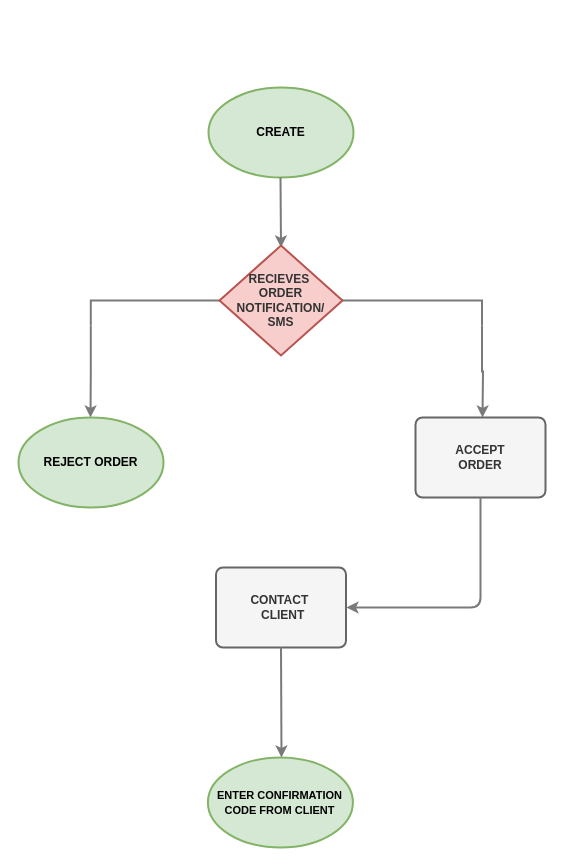
The draw.io diagram page "LOGISTICS" (2 of 2) of Untitled Diagram.drawio in bamfokbq/error404, before the edit. Source tidied: cells renumbered, new cells numbered last; positions are measured from the earlier drawing's top-left corner, leaving out a move shared by most shapes. Both pictures are drawn from the tidied source at 100%, with x=0, y=0 at pixel (18, 87).
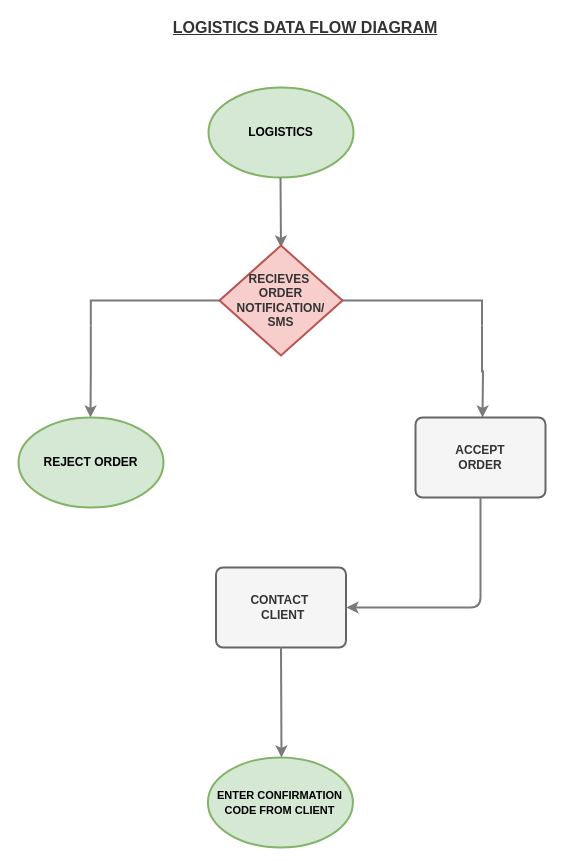
The same page after the edit.

Commit message (it also covers changes not shown here):
Changed the names of the data flow

Change to the diagram source:
```diff
@@
 <mxGraphModel>
   <root>
     <mxCell id="0" />
     <mxCell id="1" parent="0" />
-    <mxCell id="2" value="&lt;b&gt;CREATE&lt;/b&gt;" style="strokeWidth=2;html=1;shape=mxgraph.flowchart.start_1;whiteSpace=wrap;strokeColor=#82b366;fillColor=#d5e8d4;" parent="1" vertex="1">
+    <mxCell id="2" value="&lt;b&gt;LOGISTICS&lt;/b&gt;" style="strokeWidth=2;html=1;shape=mxgraph.flowchart.start_1;whiteSpace=wrap;strokeColor=#82b366;fillColor=#d5e8d4;" parent="1" vertex="1">
       <mxGeometry x="190" width="145" height="90" as="geometry" />
     </mxCell>
     <mxCell id="3" style="endArrow=classic;html=1;exitX=0.5;exitY=1;exitDx=0;exitDy=0;strokeWidth=2;strokeColor=#7A7A7A;" parent="1" edge="1">
       <mxGeometry relative="1" as="geometry">
         <mxPoint x="262" y="90" as="sourcePoint" />
         <mxPoint x="262.5" y="160" as="targetPoint" />
       </mxGeometry>
     </mxCell>
     <mxCell id="4" style="edgeStyle=orthogonalEdgeStyle;rounded=0;jettySize=auto;html=1;exitX=1;exitY=1;exitDx=0;exitDy=0;exitPerimeter=0;strokeColor=#7A7A7A;strokeWidth=2;" parent="1" edge="1" source="6">
       <mxGeometry relative="1" as="geometry">
         <mxPoint x="72" y="330" as="targetPoint" />
       </mxGeometry>
     </mxCell>
     <mxCell id="5" style="edgeStyle=orthogonalEdgeStyle;rounded=0;jettySize=auto;html=1;exitX=1;exitY=0;exitDx=0;exitDy=0;exitPerimeter=0;strokeColor=#7A7A7A;strokeWidth=2;" parent="1" edge="1" source="6">
       <mxGeometry relative="1" as="geometry">
         <mxPoint x="464" y="330" as="targetPoint" />
       </mxGeometry>
     </mxCell>
     <mxCell id="6" style="strokeWidth=2;html=1;shape=mxgraph.flowchart.annotation_2;align=left;labelPosition=right;rotation=90;strokeColor=#7A7A7A;" parent="1" vertex="1">
       <mxGeometry x="242.9" y="17.4" width="50" height="391.2" as="geometry" />
     </mxCell>
     <mxCell id="7" value="&lt;span style=&quot;color: rgb(51 , 51 , 51)&quot;&gt;&lt;b&gt;RECIEVES&amp;nbsp;&lt;br&gt;ORDER&lt;br&gt;NOTIFICATION/&lt;br&gt;SMS&lt;/b&gt;&lt;/span&gt;&lt;b&gt;&lt;br&gt;&lt;/b&gt;" style="rhombus;whiteSpace=wrap;html=1;strokeColor=#b85450;strokeWidth=2;fillColor=#f8cecc;" parent="1" vertex="1">
       <mxGeometry x="201" y="158" width="123" height="110" as="geometry" />
     </mxCell>
     <mxCell id="8" value="&lt;b&gt;REJECT ORDER&lt;/b&gt;" style="strokeWidth=2;html=1;shape=mxgraph.flowchart.start_1;whiteSpace=wrap;strokeColor=#82b366;fillColor=#d5e8d4;" parent="1" vertex="1">
       <mxGeometry y="330" width="145" height="90" as="geometry" />
     </mxCell>
     <mxCell id="9" value="&lt;b&gt;ACCEPT&lt;br&gt;ORDER&lt;/b&gt;" style="rounded=1;whiteSpace=wrap;html=1;absoluteArcSize=1;arcSize=14;strokeWidth=2;strokeColor=#666666;fillColor=#f5f5f5;fontColor=#333333;" parent="1" vertex="1">
       <mxGeometry x="397" y="330" width="130" height="80" as="geometry" />
     </mxCell>
     <mxCell id="10" value="&lt;b&gt;CONTACT&amp;nbsp;&lt;br&gt;&amp;nbsp;CLIENT&lt;/b&gt;" style="rounded=1;whiteSpace=wrap;html=1;absoluteArcSize=1;arcSize=14;strokeWidth=2;strokeColor=#666666;fillColor=#f5f5f5;fontColor=#333333;" parent="1" vertex="1">
       <mxGeometry x="197.5" y="480" width="130" height="80" as="geometry" />
     </mxCell>
     <mxCell id="11" style="endArrow=classic;html=1;strokeColor=#7A7A7A;strokeWidth=2;exitX=0.5;exitY=1;exitDx=0;exitDy=0;edgeStyle=orthogonalEdgeStyle;" parent="1" edge="1" source="9">
       <mxGeometry relative="1" as="geometry">
         <mxPoint x="328" y="520" as="targetPoint" />
         <Array as="points">
           <mxPoint x="462" y="520" />
         </Array>
       </mxGeometry>
     </mxCell>
     <mxCell id="12" value="&lt;b style=&quot;font-size: 11px&quot;&gt;ENTER CONFIRMATION&lt;br&gt;CODE FROM CLIENT&lt;br&gt;&lt;/b&gt;" style="strokeWidth=2;html=1;shape=mxgraph.flowchart.start_1;whiteSpace=wrap;strokeColor=#82b366;fillColor=#d5e8d4;" parent="1" vertex="1">
       <mxGeometry x="189.4" y="670" width="145" height="90" as="geometry" />
     </mxCell>
     <mxCell id="13" style="endArrow=classic;html=1;strokeColor=#7A7A7A;strokeWidth=2;exitX=0.5;exitY=1;exitDx=0;exitDy=0;" parent="1" edge="1" source="10">
       <mxGeometry relative="1" as="geometry">
         <mxPoint x="263" y="670" as="targetPoint" />
       </mxGeometry>
     </mxCell>
+    <mxCell id="14" value="&lt;font style=&quot;font-size: 16px&quot; color=&quot;#333333&quot;&gt;&lt;b&gt;&lt;u&gt;LOGISTICS DATA FLOW DIAGRAM&lt;/u&gt;&lt;/b&gt;&lt;/font&gt;" style="text;html=1;strokeColor=none;fillColor=none;align=center;verticalAlign=middle;whiteSpace=wrap;rounded=0;" parent="1" vertex="1">
+      <mxGeometry x="138" y="-70" width="297.5" height="20" as="geometry" />
+    </mxCell>
   </root>
 </mxGraphModel>
```
